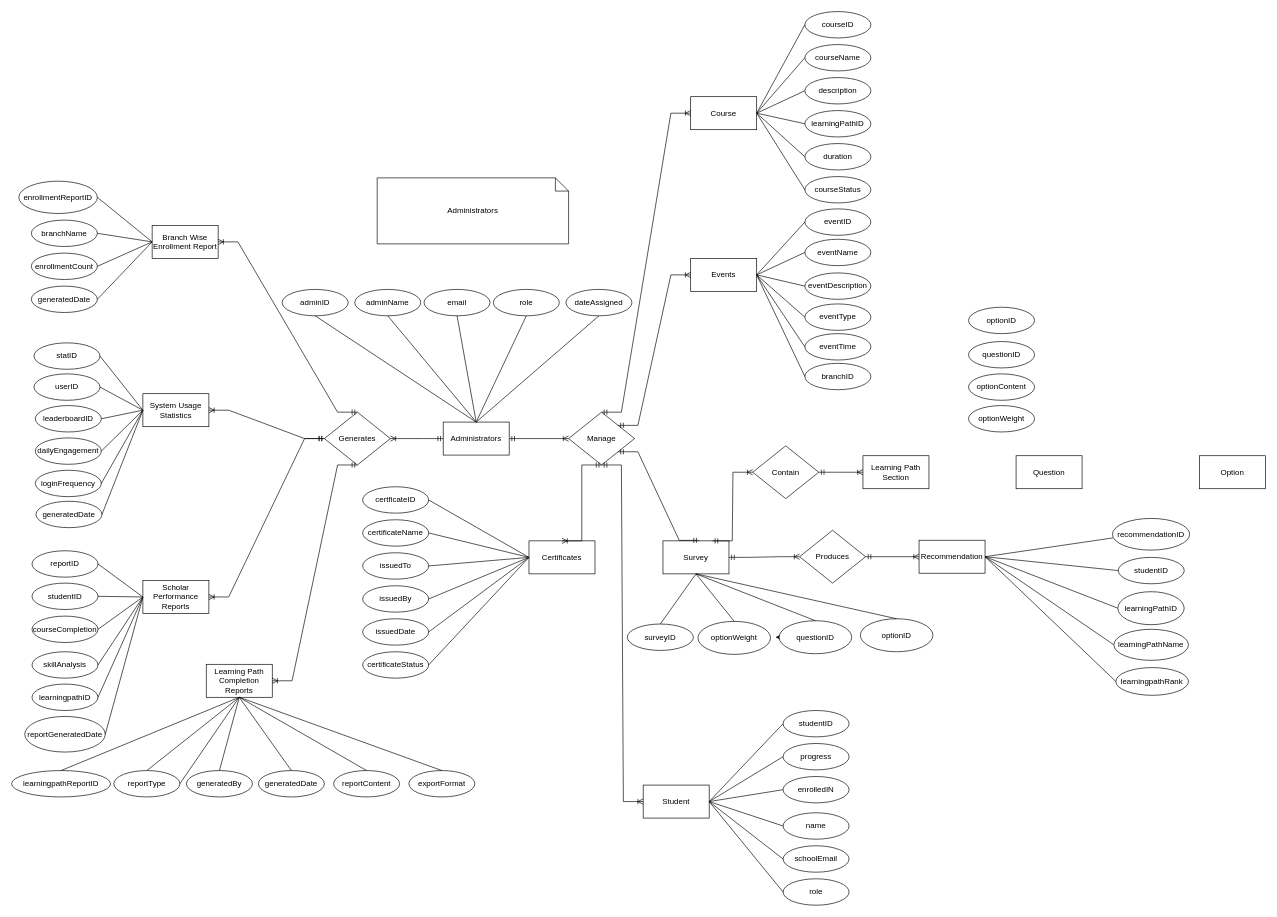
Earlier version of the draw.io diagram page "Page-4" (2 of 3) of SL-Activities/Task121/.drawio (rnrhltn/javanc3uc1). Source tidied: cells renumbered, new cells numbered last; positions are measured from the earlier drawing's top-left corner, leaving out a move shared by most shapes. Both pictures are drawn from the tidied source at 66%, with x=0, y=0 at pixel (11, 11).
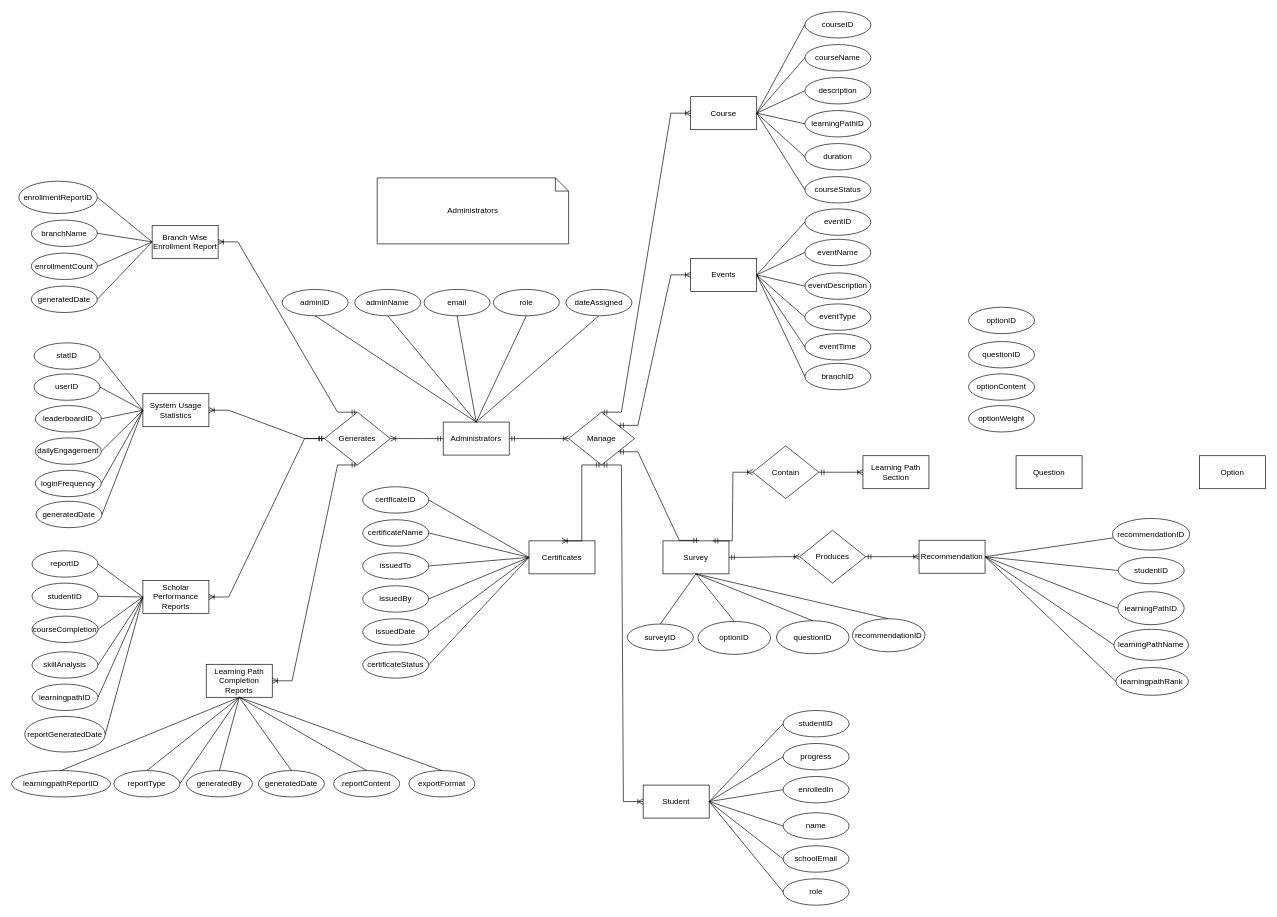
Above is the later version.

The change refers to these unchanged cells:
```xml
<mxCell id="137" value="Survey" style="html=1;dashed=0;whiteSpace=wrap;" parent="1" vertex="1">
  <mxGeometry x="987" y="802" width="100" height="50" as="geometry" />
</mxCell>
```

What changed in the source:
```diff
@@
-    <mxCell id="44" value="enrolledIN" style="ellipse;whiteSpace=wrap;html=1;align=center;" parent="1" vertex="1">
+    <mxCell id="44" value="enrolledIn" style="ellipse;whiteSpace=wrap;html=1;align=center;" parent="1" vertex="1">
       <mxGeometry x="1169" y="1159" width="100" height="40" as="geometry" />
     </mxCell>
@@
     <mxCell id="125" value="questionID" style="ellipse;whiteSpace=wrap;html=1;align=center;" parent="1" vertex="1">
-      <mxGeometry x="1163" y="923" width="110" height="50" as="geometry" />
+      <mxGeometry x="1159" y="923" width="110" height="50" as="geometry" />
     </mxCell>
-    <mxCell id="126" value="optionWeight" style="ellipse;whiteSpace=wrap;html=1;align=center;" parent="1" vertex="1">
+    <mxCell id="126" value="optionID" style="ellipse;whiteSpace=wrap;html=1;align=center;" parent="1" vertex="1">
       <mxGeometry x="1040" y="924" width="110" height="50" as="geometry" />
     </mxCell>
@@
-    <mxCell id="159" value="optionID" style="ellipse;whiteSpace=wrap;html=1;align=center;" parent="1" vertex="1">
-      <mxGeometry x="1286" y="920" width="110" height="50" as="geometry" />
-    </mxCell>
-    <mxCell id="160" style="endArrow=none;html=1;rounded=0;exitX=0.5;exitY=1;exitDx=0;exitDy=0;entryX=0.5;entryY=0;entryDx=0;entryDy=0;" parent="1" edge="1" source="137" target="159">
+    <mxCell id="160" style="endArrow=none;html=1;rounded=0;exitX=0.5;exitY=1;exitDx=0;exitDy=0;entryX=0.5;entryY=0;entryDx=0;entryDy=0;" parent="1" edge="1" source="137" target="163">
       <mxGeometry relative="1" as="geometry" />
     </mxCell>
@@
+    <mxCell id="163" value="recommendationID" style="ellipse;whiteSpace=wrap;html=1;align=center;" parent="1" vertex="1">
+      <mxGeometry x="1274" y="920" width="110" height="50" as="geometry" />
+    </mxCell>
```
